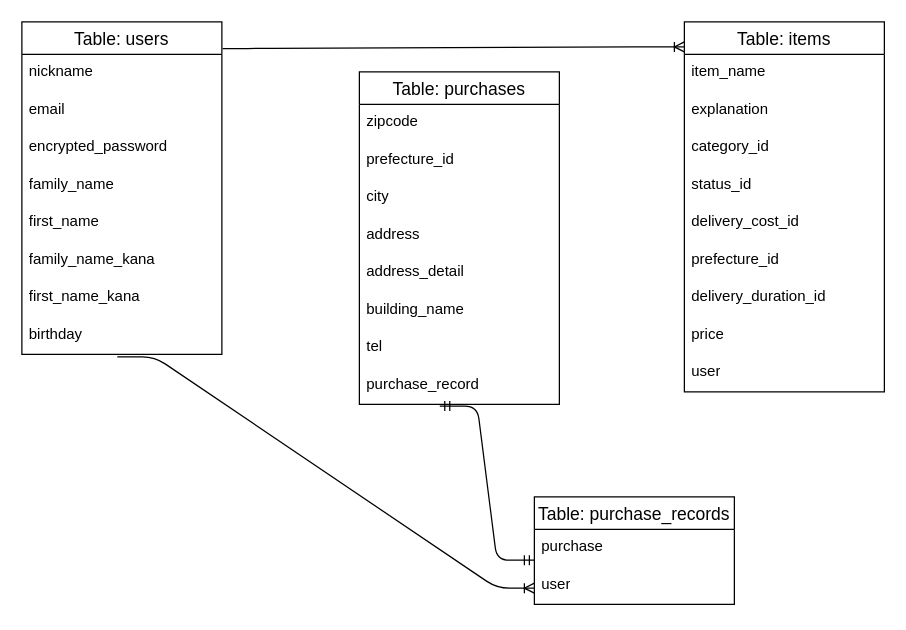
Earlier version of the draw.io diagram ER.dio (John-Willy-Brandt/furima-46330). Source tidied: cells renumbered, new cells numbered last; positions are measured from the earlier drawing's top-left corner, leaving out a move shared by most shapes. Both pictures are drawn from the tidied source at 125%, with x=0, y=0 at pixel (21, 21).
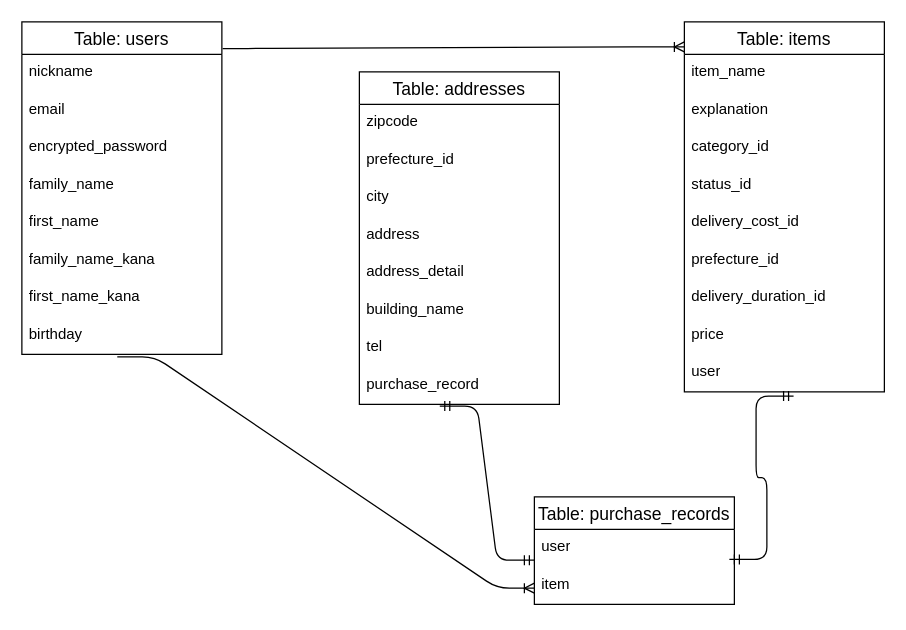
The same page after the edit.

The change refers to these unchanged cells:
```xml
<mxCell id="20" value="user" style="text;strokeColor=none;fillColor=none;spacingLeft=4;spacingRight=4;overflow=hidden;points=[[0,0.5],[1,0.5]];portConstraint=eastwest;fontSize=12;whiteSpace=wrap;html=1;" parent="11" vertex="1">
  <mxGeometry y="266" width="160" height="30" as="geometry" />
</mxCell>
<mxCell id="29" value="purchase_record" style="text;strokeColor=none;fillColor=none;spacingLeft=4;spacingRight=4;overflow=hidden;points=[[0,0.5],[1,0.5]];portConstraint=eastwest;fontSize=12;whiteSpace=wrap;html=1;" parent="21" vertex="1">
  <mxGeometry y="236" width="160" height="30" as="geometry" />
</mxCell>
<mxCell id="31" value="Table: purchase_records" style="swimlane;fontStyle=0;horizontal=1;startSize=26;align=center;fontSize=14;" parent="1" vertex="1">
  <mxGeometry x="410" y="380" width="160" height="86" as="geometry" />
</mxCell>
```

The edit, as a diff of the source:
```diff
@@
-    <mxCell id="21" value="Table: purchases" style="swimlane;fontStyle=0;horizontal=1;startSize=26;align=center;fontSize=14;" parent="1" vertex="1">
+    <mxCell id="21" value="Table: addresses" style="swimlane;fontStyle=0;horizontal=1;startSize=26;align=center;fontSize=14;" parent="1" vertex="1">
       <mxGeometry x="270" y="40" width="160" height="266" as="geometry" />
     </mxCell>
@@
-    <mxCell id="32" value="purchase" style="text;strokeColor=none;fillColor=none;spacingLeft=4;spacingRight=4;overflow=hidden;points=[[0,0.5],[1,0.5]];portConstraint=eastwest;fontSize=12;whiteSpace=wrap;html=1;" parent="31" vertex="1">
+    <mxCell id="32" value="user" style="text;strokeColor=none;fillColor=none;spacingLeft=4;spacingRight=4;overflow=hidden;points=[[0,0.5],[1,0.5]];portConstraint=eastwest;fontSize=12;whiteSpace=wrap;html=1;" parent="31" vertex="1">
       <mxGeometry y="26" width="160" height="30" as="geometry" />
     </mxCell>
-    <mxCell id="33" value="user" style="text;strokeColor=none;fillColor=none;spacingLeft=4;spacingRight=4;overflow=hidden;fontSize=12;whiteSpace=wrap;html=1;" parent="31" vertex="1">
+    <mxCell id="33" value="item" style="text;strokeColor=none;fillColor=none;spacingLeft=4;spacingRight=4;overflow=hidden;fontSize=12;whiteSpace=wrap;html=1;" parent="31" vertex="1">
       <mxGeometry y="56" width="160" height="30" as="geometry" />
     </mxCell>
     <mxCell id="34" style="edgeStyle=entityRelationEdgeStyle;fontSize=12;html=1;endArrow=ERmandOne;startArrow=ERmandOne;exitX=0;exitY=0.822;exitDx=0;exitDy=0;exitPerimeter=0;entryX=0.402;entryY=1.044;entryDx=0;entryDy=0;entryPerimeter=0;" parent="1" edge="1" source="32" target="29">
       <mxGeometry relative="1" as="geometry">
         <Array as="points">
           <mxPoint x="143.3" y="684" />
           <mxPoint x="193.3" y="514" />
+          <mxPoint x="640" y="300" />
           <mxPoint x="213.3" y="594" />
           <mxPoint x="173.3" y="614" />
           <mxPoint x="193.3" y="644" />
           <mxPoint x="133.3" y="564" />
         </Array>
       </mxGeometry>
     </mxCell>
@@
+    <mxCell id="36" style="edgeStyle=entityRelationEdgeStyle;fontSize=12;html=1;endArrow=ERmandOne;startArrow=ERmandOne;exitX=0;exitY=0.822;exitDx=0;exitDy=0;exitPerimeter=0;entryX=0.546;entryY=1.111;entryDx=0;entryDy=0;entryPerimeter=0;" parent="1" edge="1" target="20">
+      <mxGeometry relative="1" as="geometry">
+        <mxPoint x="566" y="430" as="sourcePoint" />
+        <Array as="points">
+          <mxPoint x="299.3" y="683" />
+          <mxPoint x="349.3" y="513" />
+          <mxPoint x="796" y="299" />
+          <mxPoint x="369.3" y="593" />
+          <mxPoint x="329.3" y="613" />
+          <mxPoint x="349.3" y="643" />
+          <mxPoint x="289.3" y="563" />
+        </Array>
+      </mxGeometry>
+    </mxCell>
```
